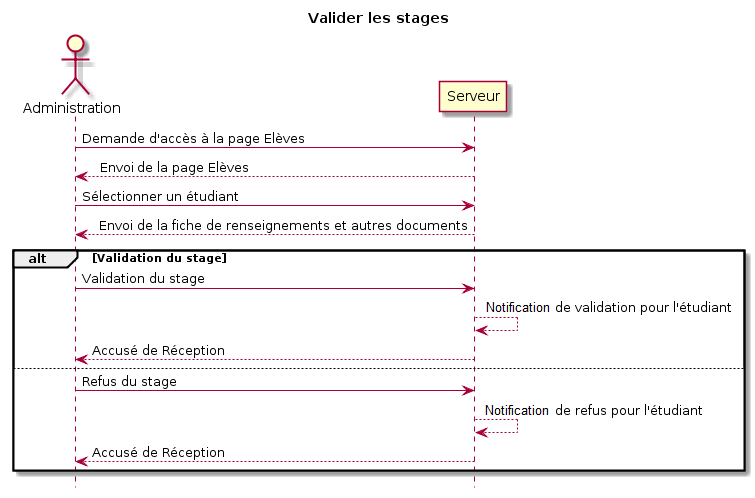
Above: Diagramme/ADMIN/Valider les stages.png in Lilieon/MOCI---Projet-stage (PlantUML), before the change. Its diagram source:
```plantuml
@startuml
title Valider les stages


actor Administration


Administration  -> Serveur: Demande d'accès à la page Elèves
Serveur --> Administration : Envois de la page Elèves


Administration  -> Serveur: Sélectionner un étudiant
Serveur --> Administration : Envois de la fiche de renseignements et autres documents

alt Validation du stage
    Administration  -> Serveur: Validation du stage
     Serveur --> Serveur : Notifaction de validation pour l'étudiant
    Serveur --> Administration : Accusé de Réception
else
    Administration  -> Serveur: Refus du stage
    Serveur --> Serveur : Notifaction de refus pour l'étudiant
    Serveur --> Administration : Accusé de Réception
end


hide footbox
@enduml
```
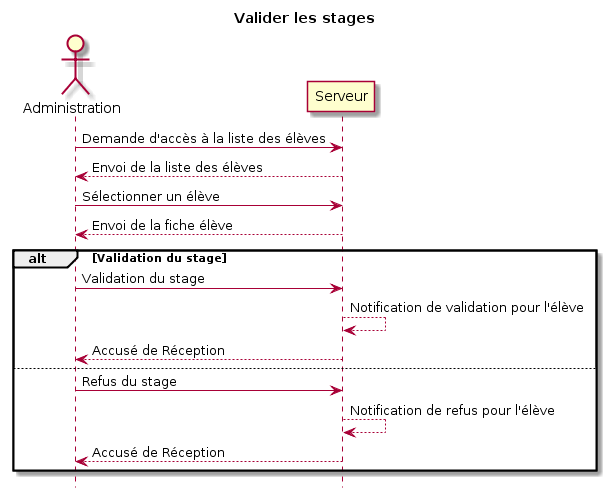
Above is the later version.

What changed in the source:
```diff
@@ -1,27 +1,23 @@
 @startuml
 title Valider les stages
 
-
 actor Administration
 
+Administration  -> Serveur: Demande d'accès à la liste des élèves
+Serveur --> Administration : Envoi de la liste des élèves
 
-Administration  -> Serveur: Demande d'accès à la page Elèves
-Serveur --> Administration : Envois de la page Elèves
-
-
-Administration  -> Serveur: Sélectionner un étudiant
-Serveur --> Administration : Envois de la fiche de renseignements et autres documents
+Administration  -> Serveur: Sélectionner un élève
+Serveur --> Administration : Envoi de la fiche élève
 
 alt Validation du stage
     Administration  -> Serveur: Validation du stage
-     Serveur --> Serveur : Notifaction de validation pour l'étudiant
+     Serveur --> Serveur : Notification de validation pour l'élève
     Serveur --> Administration : Accusé de Réception
 else
     Administration  -> Serveur: Refus du stage
-    Serveur --> Serveur : Notifaction de refus pour l'étudiant
+    Serveur --> Serveur : Notification de refus pour l'élève
     Serveur --> Administration : Accusé de Réception
 end
 
-
 hide footbox
 @enduml
```
